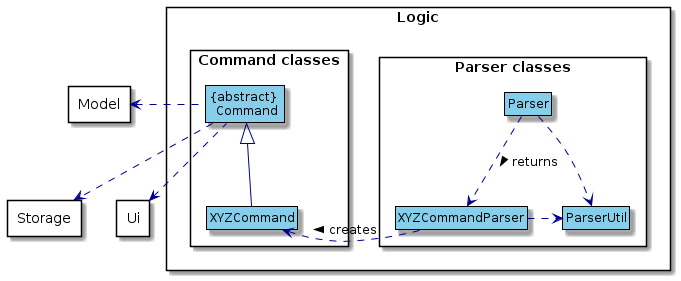
nus-cs2113-AY2122S1/tp keeps this PlantUML diagram as docs/images/LogicComponentDiagram.png. Above is the earlier version. Source of this version:
```plantuml
@startuml
!include Style.puml

package "Logic" <<Rectangle>> {
    package "Parser classes" <<Rectangle>> {
        class Parser LOGIC_COLOR
        class XYZCommandParser LOGIC_COLOR
        class ParserUtil LOGIC_COLOR
    }

    package "Command classes" <<Rectangle>> {
        class "{abstract} \n Command" LOGIC_COLOR
        class XYZCommand LOGIC_COLOR
    }
}

package "Model" <<Rectangle>> {
}

package "Storage" <<Rectangle>> {
}

package "Ui" <<Rectangle>> {
}

Parser .down[LOGIC_COLOR_T1].> ParserUtil
Parser .down[LOGIC_COLOR_T1].> XYZCommandParser : returns >

XYZCommandParser .right[LOGIC_COLOR_T1].> XYZCommand : creates >
XYZCommandParser .right[LOGIC_COLOR_T1].> ParserUtil

XYZCommand -up[LOGIC_COLOR_T1]-|> "{abstract} \n Command"

"{abstract} \n Command" .left[LOGIC_COLOR_T1].> Model
"{abstract} \n Command" .left[LOGIC_COLOR_T1].> Ui
"{abstract} \n Command" .down[LOGIC_COLOR_T1].> Storage

Storage -left[hidden]-> Ui
Model -down[hidden]-> Storage
@enduml
```
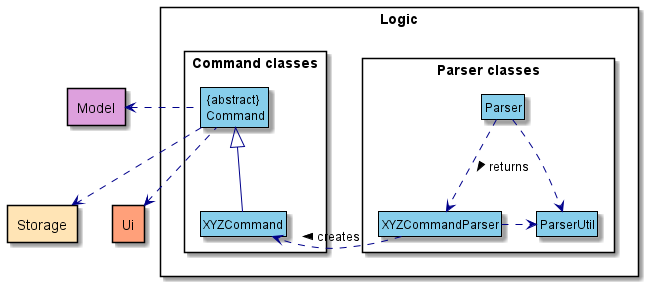
After the change.

Diff of the diagram source:
```diff
@@ -1,4 +1,5 @@
 @startuml
+
 !include Style.puml
 
 package "Logic" <<Rectangle>> {
@@ -14,13 +15,13 @@
     }
 }
 
-package "Model" <<Rectangle>> {
+package "Model" <<Rectangle>> MODEL_COLOR {
 }
 
-package "Storage" <<Rectangle>> {
+package "Storage" <<Rectangle>> STORAGE_COLOR {
 }
 
-package "Ui" <<Rectangle>> {
+package "Ui" <<Rectangle>> UI_COLOR {
 }
 
 Parser .down[LOGIC_COLOR_T1].> ParserUtil
```
